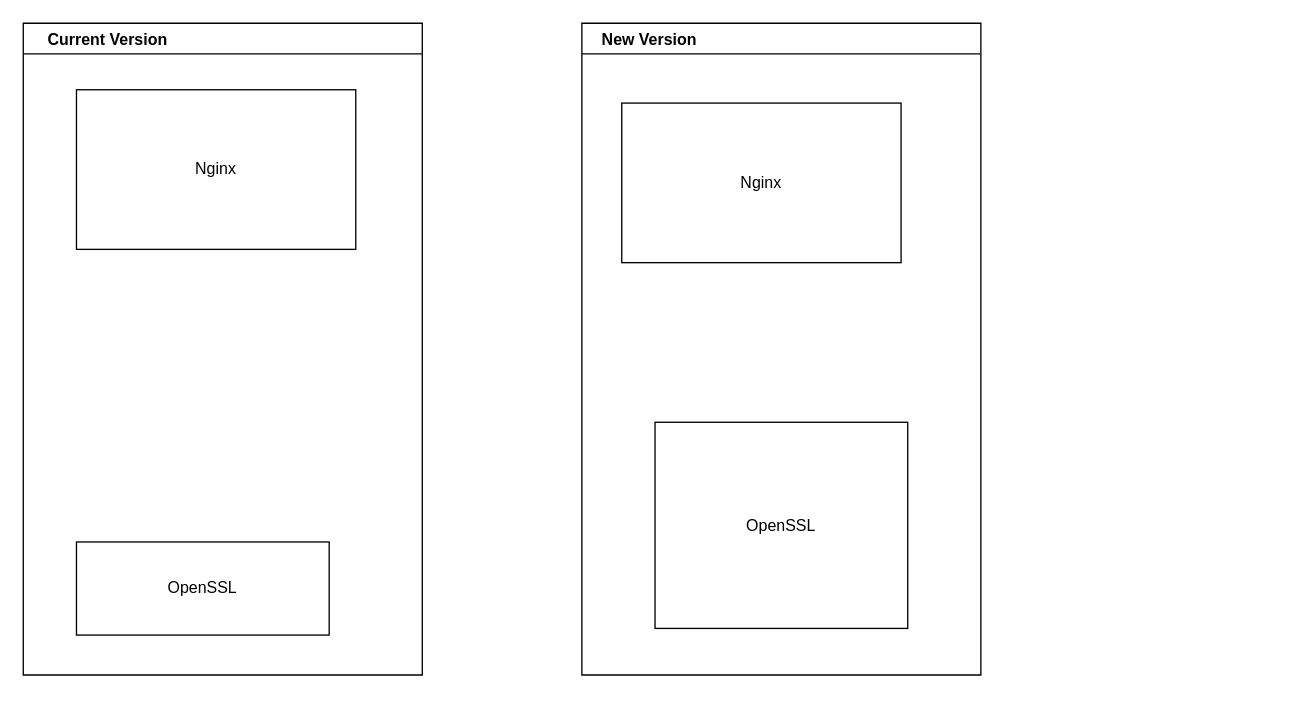
The draw.io diagram network/tls-fingerprint.drawio in airdb/drawio, before the edit. Source tidied: cells renumbered, new cells numbered last; positions are measured from the earlier drawing's top-left corner, leaving out a move shared by most shapes. Both pictures are drawn from the tidied source at 133%, with x=0, y=0 at pixel (23, 23).
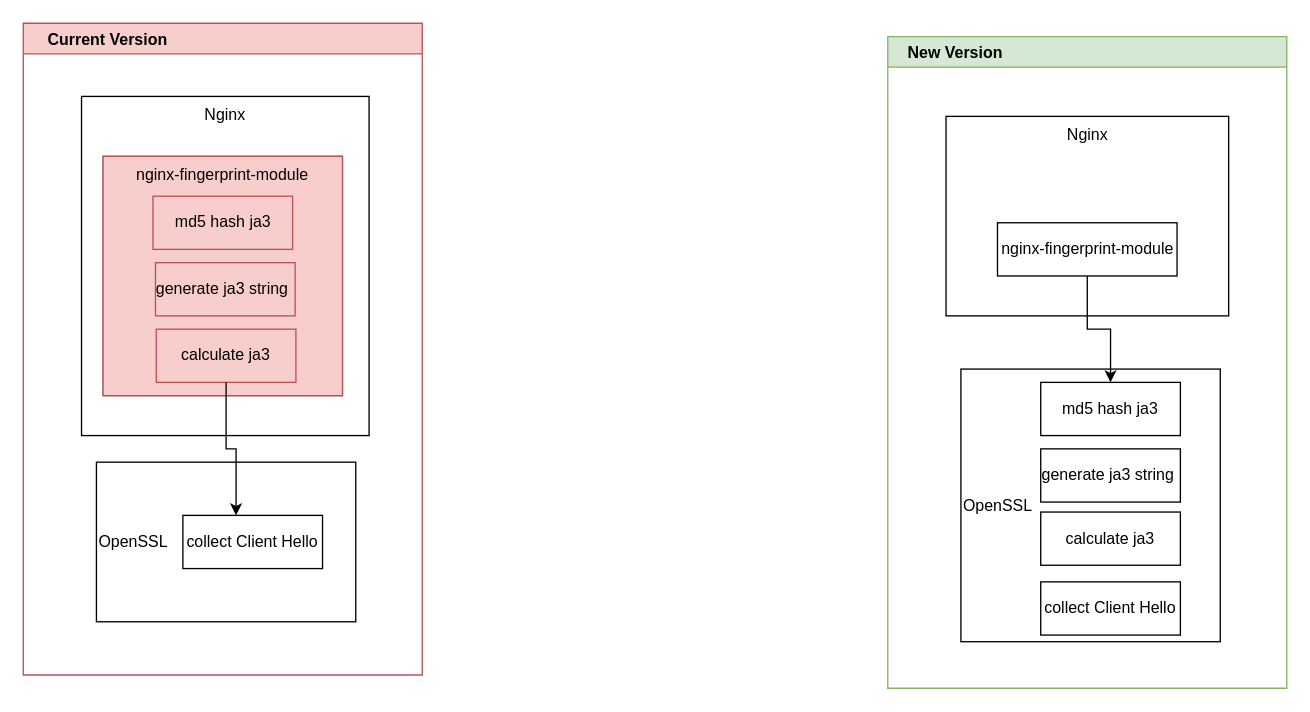
The same page after the edit.

The edit, as a diff of the source:
```diff
@@
+    <mxCell id="4" value="     Current Version" style="swimlane;align=left;fillColor=#f8cecc;strokeColor=#b85450;" parent="1" vertex="1">
+      <mxGeometry width="300" height="490" as="geometry" />
+    </mxCell>
-    <mxCell id="2" value="Nginx" style="rounded=0;whiteSpace=wrap;html=1;" parent="1" vertex="1">
-      <mxGeometry x="40" y="50" width="210" height="120" as="geometry" />
+    <mxCell id="2" value="Nginx" style="rounded=0;whiteSpace=wrap;html=1;verticalAlign=top;" parent="4" vertex="1">
+      <mxGeometry x="43.8" y="55" width="216.2" height="255" as="geometry" />
     </mxCell>
-    <mxCell id="3" value="OpenSSL" style="rounded=0;whiteSpace=wrap;html=1;" parent="1" vertex="1">
-      <mxGeometry x="40" y="390" width="190" height="70" as="geometry" />
+    <mxCell id="3" value="OpenSSL" style="rounded=0;whiteSpace=wrap;html=1;align=left;" parent="4" vertex="1">
+      <mxGeometry x="55" y="330" width="195" height="120" as="geometry" />
     </mxCell>
-    <mxCell id="4" value="     Current Version" style="swimlane;align=left;" parent="1" vertex="1">
-      <mxGeometry width="300" height="490" as="geometry" />
-    </mxCell>
+    <mxCell id="8" value="collect Client Hello" style="rounded=0;whiteSpace=wrap;html=1;" parent="4" vertex="1">
+      <mxGeometry x="120" y="370" width="105" height="40" as="geometry" />
+    </mxCell>
+    <mxCell id="9" style="group;fillColor=#e1d5e7;strokeColor=#9673a6;shadow=0;rounded=0;" parent="4" vertex="1">
+      <mxGeometry x="60" y="100" width="180" height="180" as="geometry" />
+    </mxCell>
+    <mxCell id="10" value="nginx-fingerprint-module" style="rounded=0;whiteSpace=wrap;html=1;verticalAlign=top;fillColor=#f8cecc;strokeColor=#b85450;" parent="9" vertex="1">
+      <mxGeometry width="180" height="180" as="geometry" />
+    </mxCell>
+    <mxCell id="11" value="md5 hash ja3" style="rounded=0;whiteSpace=wrap;html=1;fillColor=#f8cecc;strokeColor=#b85450;" parent="9" vertex="1">
+      <mxGeometry x="37.5" y="30" width="105" height="40" as="geometry" />
+    </mxCell>
+    <mxCell id="12" value="generate ja3 string&amp;nbsp;" style="rounded=0;whiteSpace=wrap;html=1;fillColor=#f8cecc;strokeColor=#b85450;" parent="9" vertex="1">
+      <mxGeometry x="39.4" y="80" width="105" height="40" as="geometry" />
+    </mxCell>
+    <mxCell id="13" value="calculate ja3" style="rounded=0;whiteSpace=wrap;html=1;fillColor=#f8cecc;strokeColor=#b85450;" parent="9" vertex="1">
+      <mxGeometry x="40" y="130" width="105" height="40" as="geometry" />
+    </mxCell>
+    <mxCell id="14" style="edgeStyle=orthogonalEdgeStyle;rounded=0;jettySize=auto;html=1;entryX=0.381;entryY=0;entryDx=0;entryDy=0;entryPerimeter=0;" parent="4" edge="1" source="13" target="8">
+      <mxGeometry relative="1" as="geometry" />
+    </mxCell>
-    <mxCell id="5" value="    New Version" style="swimlane;align=left;" parent="1" vertex="1">
-      <mxGeometry x="420" width="300" height="490" as="geometry" />
+    <mxCell id="5" value="    New Version" style="swimlane;align=left;fillColor=#d5e8d4;strokeColor=#82b366;" parent="1" vertex="1">
+      <mxGeometry x="650" y="10" width="300" height="490" as="geometry" />
     </mxCell>
-    <mxCell id="6" value="Nginx" style="rounded=0;whiteSpace=wrap;html=1;" parent="5" vertex="1">
-      <mxGeometry x="30" y="60" width="210" height="120" as="geometry" />
+    <mxCell id="6" value="Nginx" style="rounded=0;whiteSpace=wrap;html=1;verticalAlign=top;" parent="5" vertex="1">
+      <mxGeometry x="43.8" y="60" width="212.5" height="150" as="geometry" />
     </mxCell>
-    <mxCell id="7" value="OpenSSL" style="rounded=0;whiteSpace=wrap;html=1;" parent="5" vertex="1">
-      <mxGeometry x="55" y="300" width="190" height="155" as="geometry" />
+    <mxCell id="7" value="OpenSSL" style="rounded=0;whiteSpace=wrap;html=1;align=left;" parent="5" vertex="1">
+      <mxGeometry x="55" y="250" width="195" height="205" as="geometry" />
     </mxCell>
+    <mxCell id="15" value="collect Client Hello" style="rounded=0;whiteSpace=wrap;html=1;" parent="5" vertex="1">
+      <mxGeometry x="115" y="410" width="105" height="40" as="geometry" />
+    </mxCell>
+    <mxCell id="16" value="calculate ja3" style="rounded=0;whiteSpace=wrap;html=1;" parent="5" vertex="1">
+      <mxGeometry x="115" y="357.5" width="105" height="40" as="geometry" />
+    </mxCell>
+    <mxCell id="17" value="generate ja3 string&amp;nbsp;" style="rounded=0;whiteSpace=wrap;html=1;" parent="5" vertex="1">
+      <mxGeometry x="115" y="310" width="105" height="40" as="geometry" />
+    </mxCell>
+    <mxCell id="18" value="md5 hash ja3" style="rounded=0;whiteSpace=wrap;html=1;" parent="5" vertex="1">
+      <mxGeometry x="115" y="260" width="105" height="40" as="geometry" />
+    </mxCell>
+    <mxCell id="19" style="edgeStyle=orthogonalEdgeStyle;rounded=0;jettySize=auto;html=1;" parent="5" edge="1" source="20" target="18">
+      <mxGeometry relative="1" as="geometry" />
+    </mxCell>
+    <mxCell id="20" value="nginx-fingerprint-module" style="rounded=0;whiteSpace=wrap;html=1;" parent="5" vertex="1">
+      <mxGeometry x="82.5" y="140" width="135" height="40" as="geometry" />
+    </mxCell>
```
